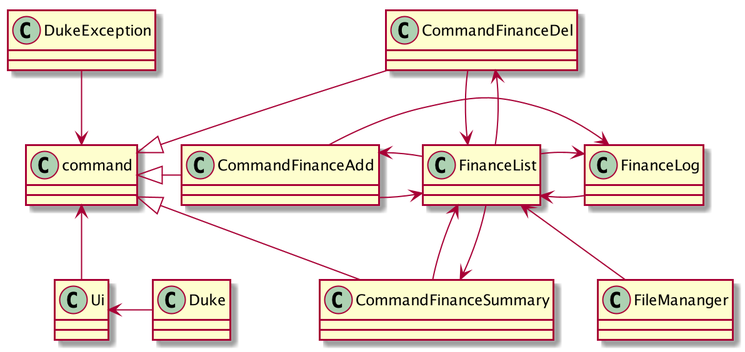
The PlantUML diagram docs/financeDiagramPic/Architecture.png in nus-cs2113-AY2021S1/tp, before a commit.
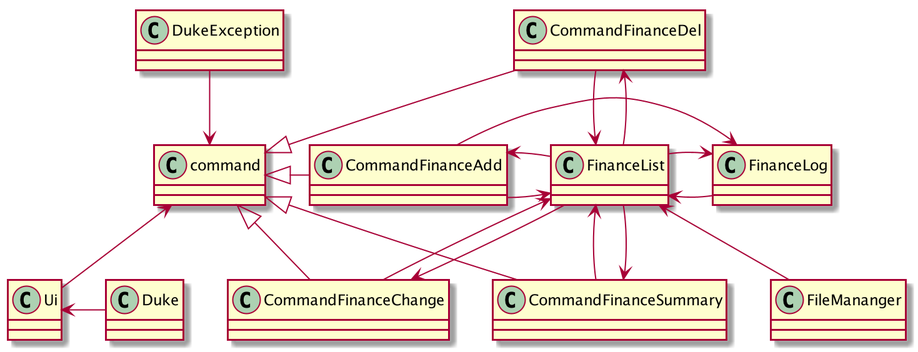
After the change.

Change to the diagram source:
```diff
@@ -14,6 +14,7 @@
 command <|-right-CommandFinanceAdd
 command <|-up-CommandFinanceDel
 command <|-down-CommandFinanceSummary
+command <|-down-CommandFinanceChange
 FinanceList <-left-FinanceLog
 FinanceLog <--FinanceList
 FinanceList <-right-CommandFinanceAdd
@@ -23,6 +24,8 @@
 FinanceList <--CommandFinanceSummary
 CommandFinanceSummary <-- FinanceList
 FinanceLog <-right- CommandFinanceAdd
+FinanceList <--CommandFinanceChange
+CommandFinanceChange <-- FinanceList
 class Ui
 class FileMananger
 FinanceList <-- FileMananger
```
